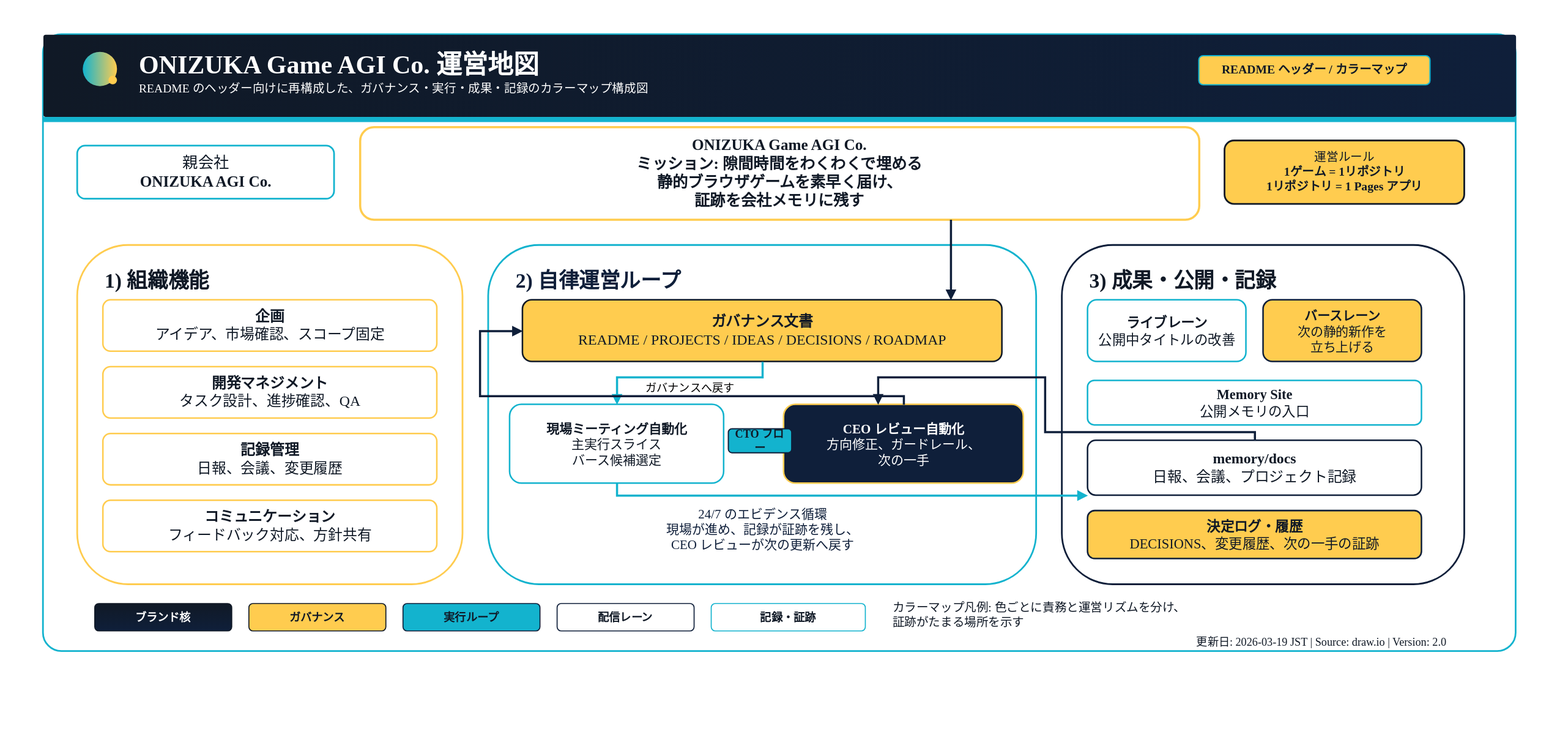
Above: docs/onizuka-game-agi-company-structure.ja.drawio.svg in onizuka-agi-co/onizuka-game-agi-co (draw.io), before the change. Source tidied: cells renumbered, new cells last; positions are measured from the earlier drawing's top-left corner, leaving out a move shared by most shapes.
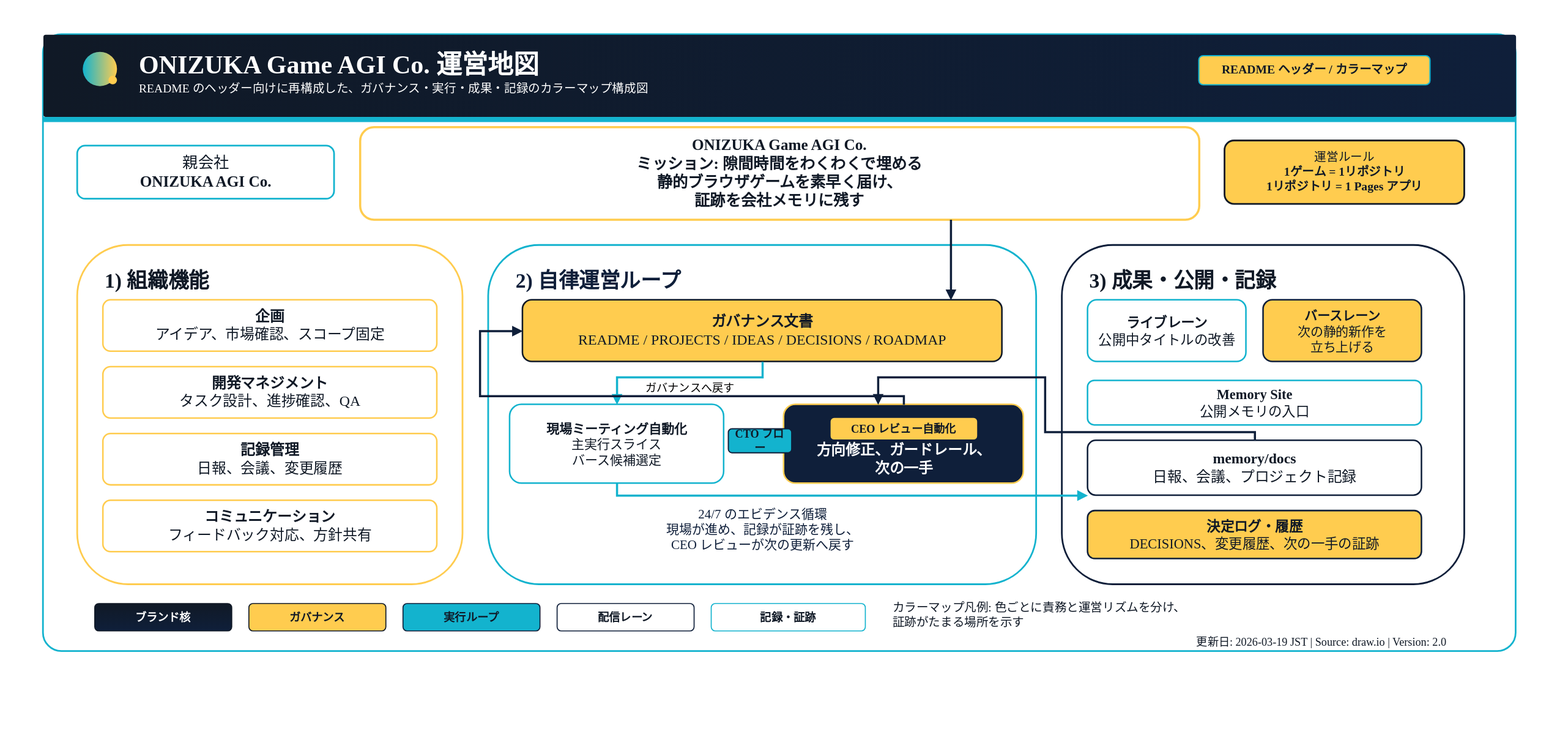
The same diagram one commit later.

Commit message:
🎯 Detect and fix dark-surface text visibility in the JA diagram

Change to the diagram source:
```diff
@@ -74,9 +74,15 @@
     <mxCell id="25" value="&lt;b&gt;現場ミーティング自動化&lt;/b&gt;&lt;br&gt;主実行スライス&lt;br&gt;バース候補選定" style="rounded=1;whiteSpace=wrap;html=1;fillColor=#ffffff;strokeColor=#13b3ce;strokeWidth=1.8;fontSize=15;fontFamily=Noto Sans JP;fontColor=#101926;align=center;verticalAlign=middle;spacing=8;" parent="1" vertex="1">
       <mxGeometry x="585" y="462" width="250" height="92" as="geometry" />
     </mxCell>
-    <mxCell id="26" value="&lt;b&gt;CEO レビュー自動化&lt;/b&gt;&lt;br&gt;方向修正、ガードレール、&lt;br&gt;次の一手" style="rounded=1;whiteSpace=wrap;html=1;fillColor=#0f1f3a;strokeColor=#ffcc4f;strokeWidth=1.8;fontSize=15;fontFamily=Noto Sans JP;fontColor=#ffffff;align=center;verticalAlign=middle;spacing=8;" parent="1" vertex="1">
+    <mxCell id="26" style="rounded=1;whiteSpace=wrap;html=1;fillColor=#0f1f3a;strokeColor=#ffcc4f;strokeWidth=1.8;fontSize=15;fontFamily=Noto Sans JP;fontColor=#ffffff;align=center;verticalAlign=middle;spacing=8;" parent="1" vertex="1">
       <mxGeometry x="905" y="462" width="280" height="92" as="geometry" />
     </mxCell>
+    <mxCell id="46" value="CEO レビュー自動化" style="rounded=1;whiteSpace=wrap;html=1;fillColor=#ffcc4f;strokeColor=#ffcc4f;strokeWidth=1.2;fontSize=13;fontStyle=1;fontFamily=Noto Sans JP;fontColor=#101926;align=center;verticalAlign=middle;spacing=4;" parent="1" vertex="1">
+      <mxGeometry x="960" y="478" width="170" height="24" as="geometry" />
+    </mxCell>
+    <mxCell id="47" value="方向修正、ガードレール、&lt;br&gt;次の一手" style="text;html=1;strokeColor=none;fillColor=none;align=center;verticalAlign=middle;fontSize=17;fontStyle=1;fontFamily=Noto Sans JP;fontColor=#ffffff;" parent="1" vertex="1">
+      <mxGeometry x="930" y="506" width="230" height="40" as="geometry" />
+    </mxCell>
     <mxCell id="27" value="CTO フロー" style="rounded=1;whiteSpace=wrap;html=1;fillColor=#13b3ce;strokeColor=#0f1f3a;strokeWidth=1.4;fontSize=13;fontStyle=1;fontFamily=Noto Sans JP;fontColor=#101926;align=center;verticalAlign=middle;spacing=4;" parent="1" vertex="1">
       <mxGeometry x="840" y="490" width="74" height="28" as="geometry" />
     </mxCell>
```
